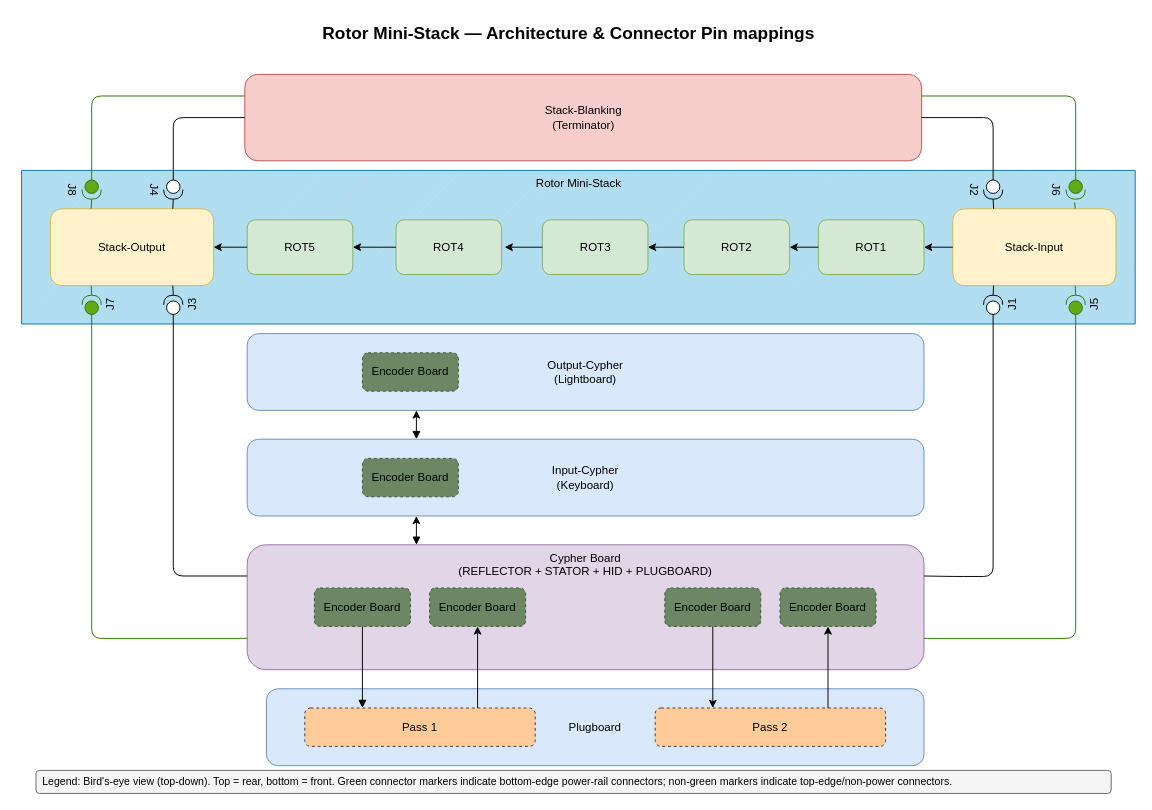
thepinkmile/Enigma-NG keeps this draw.io diagram as page "Rotor Mini-Stack Architecture" (1 of 4) of design/Diagrams/cypher-system-layout.drawio. Above is the earlier version. Source tidied: cells renumbered, new cells numbered last; positions are measured from the earlier drawing's top-left corner, leaving out a move shared by most shapes. Both pictures are drawn from the tidied source at 96%, with x=0, y=0 at pixel (21, 16).
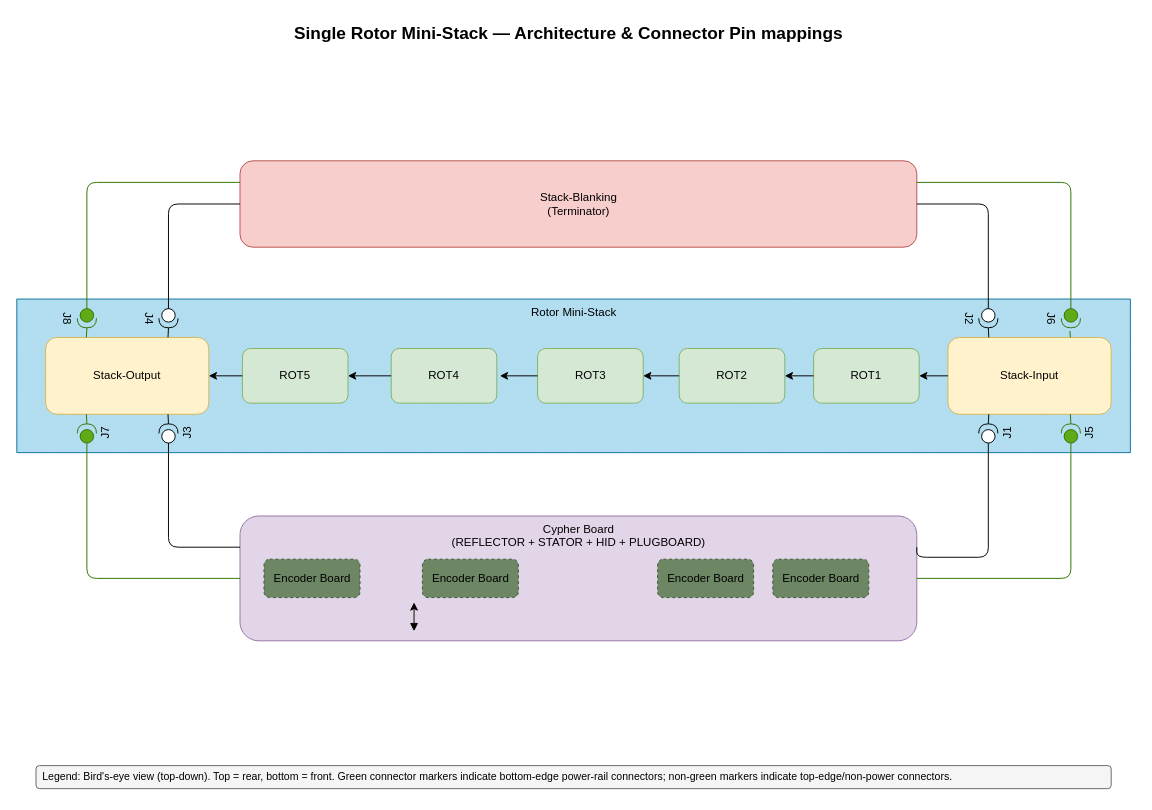
After the change.

Commit message (it also covers changes not shown here):
Updated design diagrams.

Unchanged cells that the change refers to:
```xml
<mxCell id="8" value="J7" style="shape=providedRequiredInterface;html=1;verticalLabelPosition=bottom;sketch=0;rotation=-90;fillColor=#60a917;fontColor=light-dark(#000000,#99FF99);strokeColor=#2D7600;" parent="2" vertex="1">
  <mxGeometry x="63" y="130" width="20" height="20" as="geometry" />
</mxCell>
<mxCell id="28" value="J1" style="shape=providedRequiredInterface;html=1;verticalLabelPosition=bottom;sketch=0;rotation=-90;" parent="2" vertex="1">
  <mxGeometry x="1002" y="130" width="20" height="20" as="geometry" />
</mxCell>
<mxCell id="30" value="&lt;font style=&quot;color: light-dark(rgb(0, 0, 0), rgb(153, 255, 153));&quot;&gt;J5&lt;/font&gt;" style="shape=providedRequiredInterface;html=1;verticalLabelPosition=bottom;sketch=0;rotation=-90;fillColor=#60a917;strokeColor=#2D7600;fontColor=#ffffff;" parent="2" vertex="1">
  <mxGeometry x="1088" y="130" width="20" height="20" as="geometry" />
</mxCell>
<mxCell id="35" value="&lt;font style=&quot;color: light-dark(rgb(0, 0, 0), rgb(255, 255, 255));&quot;&gt;Encoder Board&lt;/font&gt;" style="rounded=1;whiteSpace=wrap;html=1;fillColor=#6d8764;fontColor=#ffffff;strokeColor=#3A5431;dashed=1;" parent="33" vertex="1">
  <mxGeometry x="190" y="45" width="100" height="40" as="geometry" />
</mxCell>
<mxCell id="36" value="&lt;font style=&quot;color: light-dark(rgb(0, 0, 0), rgb(255, 255, 255));&quot;&gt;Encoder Board&lt;/font&gt;" style="rounded=1;whiteSpace=wrap;html=1;fillColor=#6d8764;fontColor=#ffffff;strokeColor=#3A5431;dashed=1;" parent="33" vertex="1">
  <mxGeometry x="435" y="45" width="100" height="40" as="geometry" />
</mxCell>
<mxCell id="37" value="&lt;font style=&quot;color: light-dark(rgb(0, 0, 0), rgb(255, 255, 255));&quot;&gt;Encoder Board&lt;/font&gt;" style="rounded=1;whiteSpace=wrap;html=1;fillColor=#6d8764;fontColor=#ffffff;strokeColor=#3A5431;dashed=1;" parent="33" vertex="1">
  <mxGeometry x="555" y="45" width="100" height="40" as="geometry" />
</mxCell>
```

Change to the diagram source:
```diff
@@
     <mxCell id="2" value="Rotor Mini-Stack" style="verticalLabelPosition=middle;verticalAlign=top;html=1;shape=mxgraph.basic.patternFillRect;fillStyle=diag;step=5;fillStrokeWidth=0.2;fillStrokeColor=#dddddd;fillColor=#b1ddf0;strokeColor=#10739e;labelPosition=center;align=center;" parent="1" vertex="1">
-      <mxGeometry y="160" width="1160" height="160" as="geometry" />
+      <mxGeometry x="-5" y="294" width="1160" height="160" as="geometry" />
     </mxCell>
@@
-    <mxCell id="32" style="edgeStyle=orthogonalEdgeStyle;rounded=0;jettySize=auto;html=1;exitX=0.25;exitY=0;exitDx=0;exitDy=0;entryX=0.25;entryY=1;entryDx=0;entryDy=0;startArrow=block;startFill=1;" parent="1" edge="1" source="33" target="39">
-      <mxGeometry relative="1" as="geometry" />
-    </mxCell>
     <mxCell id="33" value="Cypher Board&lt;br&gt;(REFLECTOR + STATOR + HID + PLUGBOARD)" style="rounded=1;whiteSpace=wrap;html=1;fillColor=#e1d5e7;strokeColor=#9673a6;verticalAlign=top;" parent="1" vertex="1">
-      <mxGeometry x="235" y="550" width="705" height="130" as="geometry" />
+      <mxGeometry x="227.5" y="520" width="705" height="130" as="geometry" />
     </mxCell>
     <mxCell id="34" value="&lt;font style=&quot;color: light-dark(rgb(0, 0, 0), rgb(255, 255, 255));&quot;&gt;Encoder Board&lt;/font&gt;" style="rounded=1;whiteSpace=wrap;html=1;fillColor=#6d8764;fontColor=#ffffff;strokeColor=#3A5431;dashed=1;" parent="33" vertex="1">
-      <mxGeometry x="70" y="45" width="100" height="40" as="geometry" />
+      <mxGeometry x="25" y="45" width="100" height="40" as="geometry" />
     </mxCell>
@@
-    <mxCell id="38" style="edgeStyle=orthogonalEdgeStyle;rounded=0;jettySize=auto;html=1;exitX=0.25;exitY=0;exitDx=0;exitDy=0;entryX=0.25;entryY=1;entryDx=0;entryDy=0;startArrow=block;startFill=1;" parent="1" edge="1" source="39" target="42">
-      <mxGeometry relative="1" as="geometry" />
+    <mxCell id="38" style="edgeStyle=orthogonalEdgeStyle;rounded=0;orthogonalLoop=1;jettySize=auto;html=1;exitX=0.25;exitY=0;exitDx=0;exitDy=0;entryX=0.25;entryY=1;entryDx=0;entryDy=0;startArrow=block;startFill=1;" parent="1" edge="1">
+      <mxGeometry relative="1" as="geometry">
+        <mxPoint x="408.8" y="640" as="sourcePoint" />
+        <mxPoint x="408.8" y="610" as="targetPoint" />
+      </mxGeometry>
     </mxCell>
-    <mxCell id="39" value="Input-Cypher&lt;br&gt;(Keyboard)" style="rounded=1;whiteSpace=wrap;html=1;fillColor=#dae8fc;strokeColor=#6c8ebf;verticalAlign=middle;" parent="1" vertex="1">
-      <mxGeometry x="235" y="440" width="705" height="80" as="geometry" />
-    </mxCell>
-    <mxCell id="40" value="&lt;font style=&quot;color: light-dark(rgb(0, 0, 0), rgb(255, 255, 255));&quot;&gt;Encoder Board&lt;/font&gt;" style="rounded=1;whiteSpace=wrap;html=1;fillColor=#6d8764;fontColor=#ffffff;strokeColor=#3A5431;dashed=1;" parent="39" vertex="1">
-      <mxGeometry x="120" y="20" width="100" height="40" as="geometry" />
-    </mxCell>
     <mxCell id="41" value="Stack-Blanking&#10;(Terminator)" style="rounded=1;whiteSpace=wrap;html=1;fillColor=#f8cecc;strokeColor=#b85450;verticalAlign=middle;" parent="1" vertex="1">
-      <mxGeometry x="232.5" y="60" width="705" height="90" as="geometry" />
+      <mxGeometry x="227.5" y="150" width="705" height="90" as="geometry" />
     </mxCell>
-    <mxCell id="42" value="Output-Cypher&lt;br&gt;(Lightboard)" style="rounded=1;whiteSpace=wrap;html=1;fillColor=#dae8fc;strokeColor=#6c8ebf;verticalAlign=middle;" parent="1" vertex="1">
-      <mxGeometry x="235" y="330" width="705" height="80" as="geometry" />
-    </mxCell>
-    <mxCell id="43" value="&lt;font style=&quot;color: light-dark(rgb(0, 0, 0), rgb(255, 255, 255));&quot;&gt;Encoder Board&lt;/font&gt;" style="rounded=1;whiteSpace=wrap;html=1;fillColor=#6d8764;fontColor=#ffffff;strokeColor=#3A5431;dashed=1;" parent="42" vertex="1">
-      <mxGeometry x="120" y="20" width="100" height="40" as="geometry" />
-    </mxCell>
-    <mxCell id="44" value="Rotor Mini-Stack — Architecture &amp; Connector Pin mappings" style="text;strokeColor=none;fillColor=none;fontSize=18;fontStyle=1;align=center;verticalAlign=top;" parent="1" vertex="1">
+    <mxCell id="44" value="Single Rotor Mini-Stack — Architecture &amp; Connector Pin mappings" style="text;strokeColor=none;fillColor=none;fontSize=18;fontStyle=1;align=center;verticalAlign=top;" parent="1" vertex="1">
       <mxGeometry x="190" width="760" height="30" as="geometry" />
     </mxCell>
@@
-    <mxCell id="46" value="Plugboard" style="rounded=1;whiteSpace=wrap;html=1;fillColor=#dae8fc;strokeColor=#6c8ebf;verticalAlign=middle;" parent="1" vertex="1">
-      <mxGeometry x="255" y="700" width="685" height="80" as="geometry" />
-    </mxCell>
-    <mxCell id="47" value="&lt;font style=&quot;color: light-dark(rgb(0, 0, 0), rgb(255, 255, 255));&quot;&gt;Pass 1&lt;/font&gt;" style="rounded=1;whiteSpace=wrap;html=1;fillColor=#ffcc99;strokeColor=#36393d;dashed=1;" parent="46" vertex="1">
-      <mxGeometry x="40" y="20" width="240" height="40" as="geometry" />
-    </mxCell>
-    <mxCell id="48" value="&lt;font style=&quot;color: light-dark(rgb(0, 0, 0), rgb(255, 255, 255));&quot;&gt;Pass 2&lt;/font&gt;" style="rounded=1;whiteSpace=wrap;html=1;fillColor=#ffcc99;strokeColor=#36393d;dashed=1;" parent="46" vertex="1">
-      <mxGeometry x="405" y="20" width="240" height="40" as="geometry" />
-    </mxCell>
-    <mxCell id="49" style="edgeStyle=orthogonalEdgeStyle;rounded=0;jettySize=auto;html=1;exitX=0.5;exitY=1;exitDx=0;exitDy=0;entryX=0.25;entryY=0;entryDx=0;entryDy=0;" parent="1" edge="1" source="36" target="48">
-      <mxGeometry relative="1" as="geometry" />
-    </mxCell>
-    <mxCell id="50" style="edgeStyle=orthogonalEdgeStyle;rounded=1;jettySize=auto;html=1;exitX=0.25;exitY=0;exitDx=0;exitDy=0;entryX=0.5;entryY=1;entryDx=0;entryDy=0;startArrow=block;startFill=1;endArrow=none;endFill=0;curved=0;" parent="1" edge="1" source="47" target="34">
-      <mxGeometry relative="1" as="geometry" />
-    </mxCell>
-    <mxCell id="51" style="edgeStyle=orthogonalEdgeStyle;rounded=1;jettySize=auto;html=1;exitX=0.75;exitY=0;exitDx=0;exitDy=0;entryX=0.5;entryY=1;entryDx=0;entryDy=0;curved=0;" parent="1" edge="1" source="47" target="35">
-      <mxGeometry relative="1" as="geometry" />
-    </mxCell>
-    <mxCell id="52" style="edgeStyle=orthogonalEdgeStyle;rounded=0;jettySize=auto;html=1;exitX=0.75;exitY=0;exitDx=0;exitDy=0;entryX=0.5;entryY=1;entryDx=0;entryDy=0;" parent="1" edge="1" source="48" target="37">
-      <mxGeometry relative="1" as="geometry" />
-    </mxCell>
     <mxCell id="53" style="edgeStyle=orthogonalEdgeStyle;rounded=1;jettySize=auto;html=1;exitX=0;exitY=0.5;exitDx=0;exitDy=0;exitPerimeter=0;entryX=1;entryY=0.25;entryDx=0;entryDy=0;endArrow=none;endFill=0;curved=0;" parent="1" edge="1" source="28" target="33">
       <mxGeometry relative="1" as="geometry">
         <Array as="points">
-          <mxPoint x="1012" y="583" />
-          <mxPoint x="971" y="583" />
+          <mxPoint x="1007" y="563" />
         </Array>
       </mxGeometry>
     </mxCell>
-    <mxCell id="54" style="edgeStyle=orthogonalEdgeStyle;rounded=1;jettySize=auto;html=1;exitX=1;exitY=0.75;exitDx=0;exitDy=0;entryX=0;entryY=0.5;entryDx=0;entryDy=0;entryPerimeter=0;curved=0;endArrow=none;endFill=0;fillColor=#60a917;strokeColor=#2D7600;" parent="1" edge="1" source="33" target="30">
+    <mxCell id="54" style="edgeStyle=orthogonalEdgeStyle;rounded=1;jettySize=auto;html=1;exitX=1;exitY=0.5;exitDx=0;exitDy=0;entryX=0;entryY=0.5;entryDx=0;entryDy=0;entryPerimeter=0;curved=0;endArrow=none;endFill=0;fillColor=#60a917;strokeColor=#2D7600;" parent="1" edge="1" source="33" target="30">
       <mxGeometry relative="1" as="geometry" />
     </mxCell>
@@
-    <mxCell id="56" style="edgeStyle=orthogonalEdgeStyle;rounded=1;jettySize=auto;html=1;exitX=0;exitY=0.75;exitDx=0;exitDy=0;entryX=0;entryY=0.5;entryDx=0;entryDy=0;entryPerimeter=0;curved=0;endArrow=none;endFill=0;fillColor=#60a917;strokeColor=#2D7600;fontColor=light-dark(#000000,#99FF99);" parent="1" edge="1" source="33" target="8">
+    <mxCell id="56" style="edgeStyle=orthogonalEdgeStyle;rounded=1;jettySize=auto;html=1;exitX=0;exitY=0.5;exitDx=0;exitDy=0;entryX=0;entryY=0.5;entryDx=0;entryDy=0;entryPerimeter=0;curved=0;endArrow=none;endFill=0;fillColor=#60a917;strokeColor=#2D7600;fontColor=light-dark(#000000,#99FF99);" parent="1" edge="1" source="33" target="8">
       <mxGeometry relative="1" as="geometry" />
     </mxCell>
@@
+    <mxCell id="62" style="group;" parent="1" vertex="1">
+      <mxGeometry x="15" y="780" width="1120" height="24" as="geometry" />
+    </mxCell>
-    <mxCell id="60" style="rounded=1;whiteSpace=wrap;html=1;fillColor=#f5f5f5;strokeColor=#666666;" parent="1" vertex="1">
-      <mxGeometry x="15" y="785" width="1120" height="24" as="geometry" />
+    <mxCell id="60" style="rounded=1;whiteSpace=wrap;html=1;fillColor=#f5f5f5;strokeColor=#666666;" parent="62" vertex="1">
+      <mxGeometry width="1120" height="24" as="geometry" />
     </mxCell>
-    <mxCell id="61" value="Legend: Bird's-eye view (top-down). Top = rear, bottom = front. Green connector markers indicate bottom-edge power-rail connectors; non-green markers indicate top-edge/non-power connectors." style="text;whiteSpace=wrap;html=1;strokeColor=none;fillColor=none;align=left;verticalAlign=middle;fontSize=11;" parent="1" vertex="1">
-      <mxGeometry x="20" y="786" width="1110" height="22" as="geometry" />
+    <mxCell id="61" value="Legend: Bird's-eye view (top-down). Top = rear, bottom = front. Green connector markers indicate bottom-edge power-rail connectors; non-green markers indicate top-edge/non-power connectors." style="text;whiteSpace=wrap;html=1;strokeColor=none;fillColor=none;align=left;verticalAlign=middle;fontSize=11;" parent="62" vertex="1">
+      <mxGeometry x="5" y="1" width="1110" height="22" as="geometry" />
     </mxCell>
```
